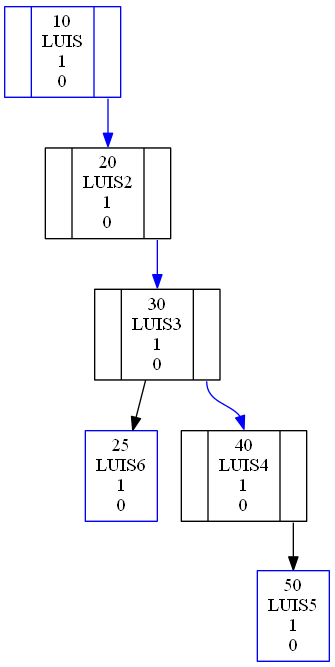
LuisRivera96/Practica2_EDD_USAC keeps this Graphviz diagram as DOT-Images/AVL.png. Above is the earlier version. Its source is kept beside it as DOT-Images/AVL.dot. Its diagram source:
```dot
digraph AVL{
compound=true;
node[shape="Mrecord"];
10:f10[id=10, color="blue"];
10[label=" <N 10 I> | <f10> 10\nLUIS\n1\n0 | <f10D> " shape="record"];
"10" : f10D ->  20:f20[id=20, color="blue"];
20[label=" <N 20 I> | <f20> 20\nLUIS2\n1\n0 | <f20D> " shape="record"];
"20" : f20D ->  30:f30[id=30, color="blue"];
30[label=" <N 30 I> | <f30> 30\nLUIS3\n1\n0 | <f30D> " shape="record"];
"30" : N30I ->  25:f 25[label="25\nLUIS6\n1\n0", color="blue" shape="rectangle"];
"30" : f30D ->  40:f40[id=40, color="blue"];
40[label=" <N 40 I> | <f40> 40\nLUIS4\n1\n0 | <f40D> " shape="record"];
"40" : f40D ->  50:f 50[label="50\nLUIS5\n1\n0", color="blue" shape="rectangle"];
}
```
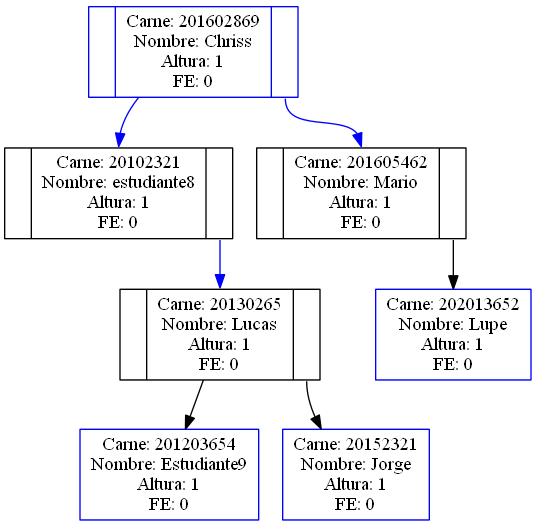
The same diagram one commit later.

Change to the diagram source:
```diff
@@ -1,14 +1,15 @@
 digraph AVL{
 compound=true;
 node[shape="Mrecord"];
-10:f10[id=10, color="blue"];
-10[label=" <N 10 I> | <f10> 10\nLUIS\n1\n0 | <f10D> " shape="record"];
-"10" : f10D ->  20:f20[id=20, color="blue"];
-20[label=" <N 20 I> | <f20> 20\nLUIS2\n1\n0 | <f20D> " shape="record"];
-"20" : f20D ->  30:f30[id=30, color="blue"];
-30[label=" <N 30 I> | <f30> 30\nLUIS3\n1\n0 | <f30D> " shape="record"];
-"30" : N30I ->  25:f 25[label="25\nLUIS6\n1\n0", color="blue" shape="rectangle"];
-"30" : f30D ->  40:f40[id=40, color="blue"];
-40[label=" <N 40 I> | <f40> 40\nLUIS4\n1\n0 | <f40D> " shape="record"];
-"40" : f40D ->  50:f 50[label="50\nLUIS5\n1\n0", color="blue" shape="rectangle"];
+201602869:f201602869[id=201602869, color="blue"];
+201602869[label=" <N 201602869 I> | <f201602869> Carne: 201602869\nNombre: Chriss\nAltura: 1\nFE: 0 | <f201602869D> " shape="record"];
+"201602869" : N201602869I ->  20102321:f20102321[id=20102321, color="blue"];
+20102321[label=" <N 20102321 I> | <f20102321> Carne: 20102321\nNombre: estudiante8\nAltura: 1\nFE: 0 | <f20102321D> " shape="record"];
+"20102321" : f20102321D ->  20130265:f20130265[id=20130265, color="blue"];
+20130265[label=" <N 20130265 I> | <f20130265> Carne: 20130265\nNombre: Lucas\nAltura: 1\nFE: 0 | <f20130265D> " shape="record"];
+"20130265" : N20130265I ->  201203654:f 201203654[label="Carne: 201203654\nNombre: Estudiante9\nAltura: 1\nFE: 0", color="blue" shape="rectangle"];
+"20130265" : f20130265D ->  20152321:f 20152321[label="Carne: 20152321\nNombre: Jorge\nAltura: 1\nFE: 0", color="blue" shape="rectangle"];
+"201602869" : f201602869D ->  201605462:f201605462[id=201605462, color="blue"];
+201605462[label=" <N 201605462 I> | <f201605462> Carne: 201605462\nNombre: Mario\nAltura: 1\nFE: 0 | <f201605462D> " shape="record"];
+"201605462" : f201605462D ->  202013652:f 202013652[label="Carne: 202013652\nNombre: Lupe\nAltura: 1\nFE: 0", color="blue" shape="rectangle"];
 }
```
